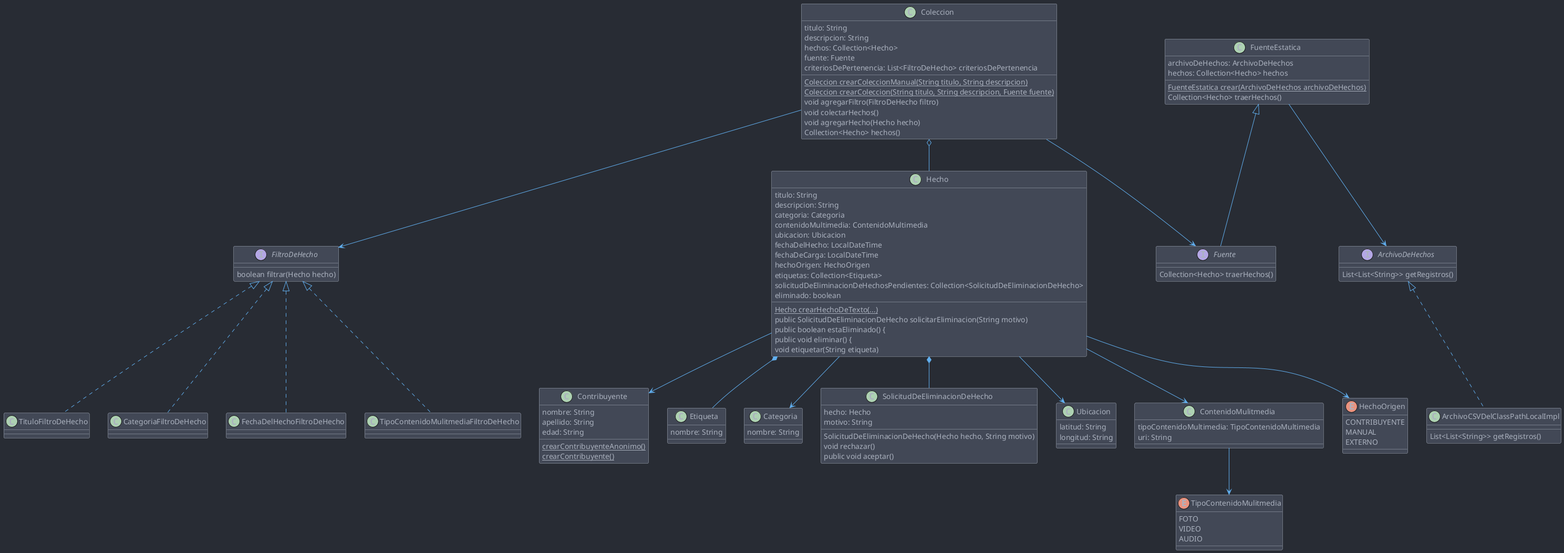
matiastito/2025-tpa-mi-no-grupo-08 keeps this PlantUML diagram as doc/DiagramaDeClases.png. Above is the earlier version. Its diagram source:
```plantuml
@startuml
!include https://raw.githubusercontent.com/patrik-csak/one-dark-plantuml-theme/v1.0.1/theme.puml

class Contribuyente {
    nombre: String
    apellido: String
    edad: String
    {static} crearContribuyenteAnonimo()
    {static} crearContribuyente()
}

interface FiltroDeHecho {
    boolean filtrar(Hecho hecho)
}

class TituloFiltroDeHecho implements FiltroDeHecho {

}

class CategoriaFiltroDeHecho implements FiltroDeHecho {

}

class FechaDelHechoFiltroDeHecho implements FiltroDeHecho {

}

class TipoContenidoMulitmediaFiltroDeHecho implements FiltroDeHecho {

}

class Coleccion {
    titulo: String
    descripcion: String
    hechos: Collection<Hecho>
    fuente: Fuente
    criteriosDePertenencia: List<FiltroDeHecho> criteriosDePertenencia

    {static} Coleccion crearColeccionManual(String titulo, String descripcion)
    {static} Coleccion crearColeccion(String titulo, String descripcion, Fuente fuente)
    void agregarFiltro(FiltroDeHecho filtro)
    void colectarHechos()
    void agregarHecho(Hecho hecho)
    Collection<Hecho> hechos()
}

class ArchivoCSVDelClassPathLocalImpl implements ArchivoDeHechos {
    List<List<String>> getRegistros()
}

interface ArchivoDeHechos {
    List<List<String>> getRegistros()
}

interface Fuente {
    Collection<Hecho> traerHechos()
}

class FuenteEstatica {
    archivoDeHechos: ArchivoDeHechos
    hechos: Collection<Hecho> hechos

    {static} FuenteEstatica crear(ArchivoDeHechos archivoDeHechos)
    Collection<Hecho> traerHechos()
}

class Hecho {
    titulo: String
    descripcion: String
    categoria: Categoria
    contenidoMultimedia: ContenidoMultimedia
    ubicacion: Ubicacion
    fechaDelHecho: LocalDateTime
    fechaDeCarga: LocalDateTime
    hechoOrigen: HechoOrigen
    etiquetas: Collection<Etiqueta>
    solicitudDeEliminacionDeHechosPendientes: Collection<SolicitudDeEliminacionDeHecho>
    eliminado: boolean

    {static} Hecho crearHechoDeTexto(...)
    public SolicitudDeEliminacionDeHecho solicitarEliminacion(String motivo)
    public boolean estaEliminado() {
    public void eliminar() {
    void etiquetar(String etiqueta)
}

class Etiqueta {
  nombre: String
}

class Categoria {
  nombre: String
}

class SolicitudDeEliminacionDeHecho {
  hecho: Hecho
  motivo: String
  SolicitudDeEliminacionDeHecho(Hecho hecho, String motivo)
  void rechazar()
  public void aceptar()
}

class Ubicacion {
    latitud: String
    longitud: String
}

class ContenidoMulitmedia {
    tipoContenidoMultimedia: TipoContenidoMultimedia
    uri: String
}

enum TipoContenidoMulitmedia {
    FOTO
    VIDEO
    AUDIO
}

enum HechoOrigen {
    CONTRIBUYENTE
    MANUAL
    EXTERNO
}

ContenidoMulitmedia --> TipoContenidoMulitmedia
FuenteEstatica --> ArchivoDeHechos
FuenteEstatica <|-- Fuente
Coleccion --> FiltroDeHecho
Coleccion o-- Hecho
Coleccion --> Fuente
Hecho --> ContenidoMulitmedia
Hecho --> Contribuyente
Hecho --> HechoOrigen
Hecho --> Categoria
Hecho --> Ubicacion
Hecho *-- SolicitudDeEliminacionDeHecho
Hecho *-- Etiqueta

@enduml
```
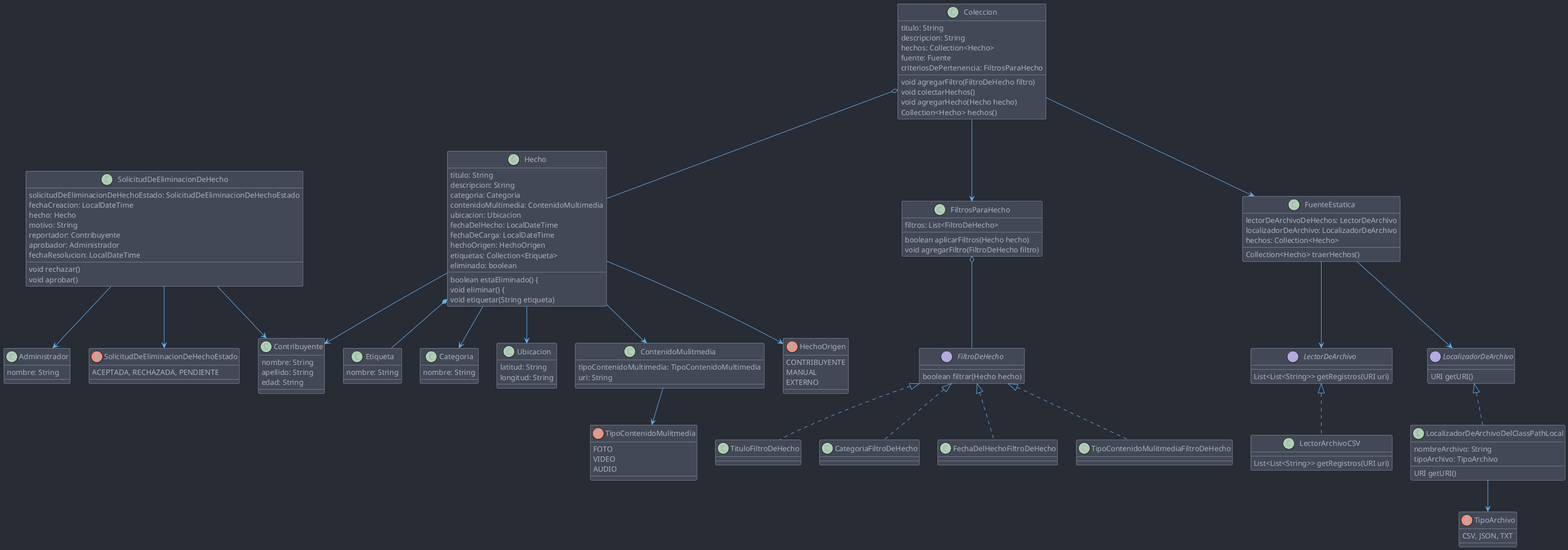
After the commit.

What changed in the source:
```diff
@@ -1,12 +1,14 @@
 @startuml
 !include https://raw.githubusercontent.com/patrik-csak/one-dark-plantuml-theme/v1.0.1/theme.puml
+
+class Administrador {
+    nombre: String
+}
 
 class Contribuyente {
     nombre: String
     apellido: String
     edad: String
-    {static} crearContribuyenteAnonimo()
-    {static} crearContribuyente()
 }
 
 interface FiltroDeHecho {
@@ -34,34 +36,48 @@
     descripcion: String
     hechos: Collection<Hecho>
     fuente: Fuente
-    criteriosDePertenencia: List<FiltroDeHecho> criteriosDePertenencia
+    criteriosDePertenencia: FiltrosParaHecho
 
-    {static} Coleccion crearColeccionManual(String titulo, String descripcion)
-    {static} Coleccion crearColeccion(String titulo, String descripcion, Fuente fuente)
     void agregarFiltro(FiltroDeHecho filtro)
     void colectarHechos()
     void agregarHecho(Hecho hecho)
     Collection<Hecho> hechos()
 }
 
-class ArchivoCSVDelClassPathLocalImpl implements ArchivoDeHechos {
-    List<List<String>> getRegistros()
+class FiltrosParaHecho {
+  filtros: List<FiltroDeHecho>
+  boolean aplicarFiltros(Hecho hecho)
+  void agregarFiltro(FiltroDeHecho filtro)
 }
 
-interface ArchivoDeHechos {
-    List<List<String>> getRegistros()
+interface LectorDeArchivo {
+  List<List<String>> getRegistros(URI uri)
 }
 
-interface Fuente {
-    Collection<Hecho> traerHechos()
+class LectorArchivoCSV implements LectorDeArchivo {
+  List<List<String>> getRegistros(URI uri)
+}
+
+interface LocalizadorDeArchivo {
+  URI getURI()
+}
+
+class LocalizadorDeArchivoDelClassPathLocal implements LocalizadorDeArchivo {
+  nombreArchivo: String
+  tipoArchivo: TipoArchivo
+
+  URI getURI()
+}
+
+enum TipoArchivo {
+  CSV, JSON, TXT
 }
 
 class FuenteEstatica {
-    archivoDeHechos: ArchivoDeHechos
-    hechos: Collection<Hecho> hechos
-
-    {static} FuenteEstatica crear(ArchivoDeHechos archivoDeHechos)
-    Collection<Hecho> traerHechos()
+  lectorDeArchivoDeHechos: LectorDeArchivo
+  localizadorDeArchivo: LocalizadorDeArchivo
+  hechos: Collection<Hecho>
+  Collection<Hecho> traerHechos()
 }
 
 class Hecho {
@@ -74,13 +90,10 @@
     fechaDeCarga: LocalDateTime
     hechoOrigen: HechoOrigen
     etiquetas: Collection<Etiqueta>
-    solicitudDeEliminacionDeHechosPendientes: Collection<SolicitudDeEliminacionDeHecho>
     eliminado: boolean
 
-    {static} Hecho crearHechoDeTexto(...)
-    public SolicitudDeEliminacionDeHecho solicitarEliminacion(String motivo)
-    public boolean estaEliminado() {
-    public void eliminar() {
+    boolean estaEliminado() {
+    void eliminar() {
     void etiquetar(String etiqueta)
 }
 
@@ -93,11 +106,20 @@
 }
 
 class SolicitudDeEliminacionDeHecho {
+  solicitudDeEliminacionDeHechoEstado: SolicitudDeEliminacionDeHechoEstado
+  fechaCreacion: LocalDateTime
   hecho: Hecho
   motivo: String
-  SolicitudDeEliminacionDeHecho(Hecho hecho, String motivo)
+  reportador: Contribuyente
+  aprobador: Administrador
+  fechaResolucion: LocalDateTime
+
   void rechazar()
-  public void aceptar()
+  void aprobar()
+}
+
+enum SolicitudDeEliminacionDeHechoEstado {
+  ACEPTADA, RECHAZADA, PENDIENTE
 }
 
 class Ubicacion {
@@ -123,17 +145,26 @@
 }
 
 ContenidoMulitmedia --> TipoContenidoMulitmedia
-FuenteEstatica --> ArchivoDeHechos
-FuenteEstatica <|-- Fuente
-Coleccion --> FiltroDeHecho
+
+LocalizadorDeArchivoDelClassPathLocal --> TipoArchivo
+FuenteEstatica --> LectorDeArchivo
+FuenteEstatica --> LocalizadorDeArchivo
+
+FiltrosParaHecho o-- FiltroDeHecho
+Coleccion --> FiltrosParaHecho
 Coleccion o-- Hecho
-Coleccion --> Fuente
+Coleccion --> FuenteEstatica
+
 Hecho --> ContenidoMulitmedia
 Hecho --> Contribuyente
 Hecho --> HechoOrigen
 Hecho --> Categoria
 Hecho --> Ubicacion
-Hecho *-- SolicitudDeEliminacionDeHecho
 Hecho *-- Etiqueta
 
+SolicitudDeEliminacionDeHecho --> SolicitudDeEliminacionDeHechoEstado
+SolicitudDeEliminacionDeHecho --> Contribuyente
+SolicitudDeEliminacionDeHecho --> Administrador
+
+
 @enduml
```
